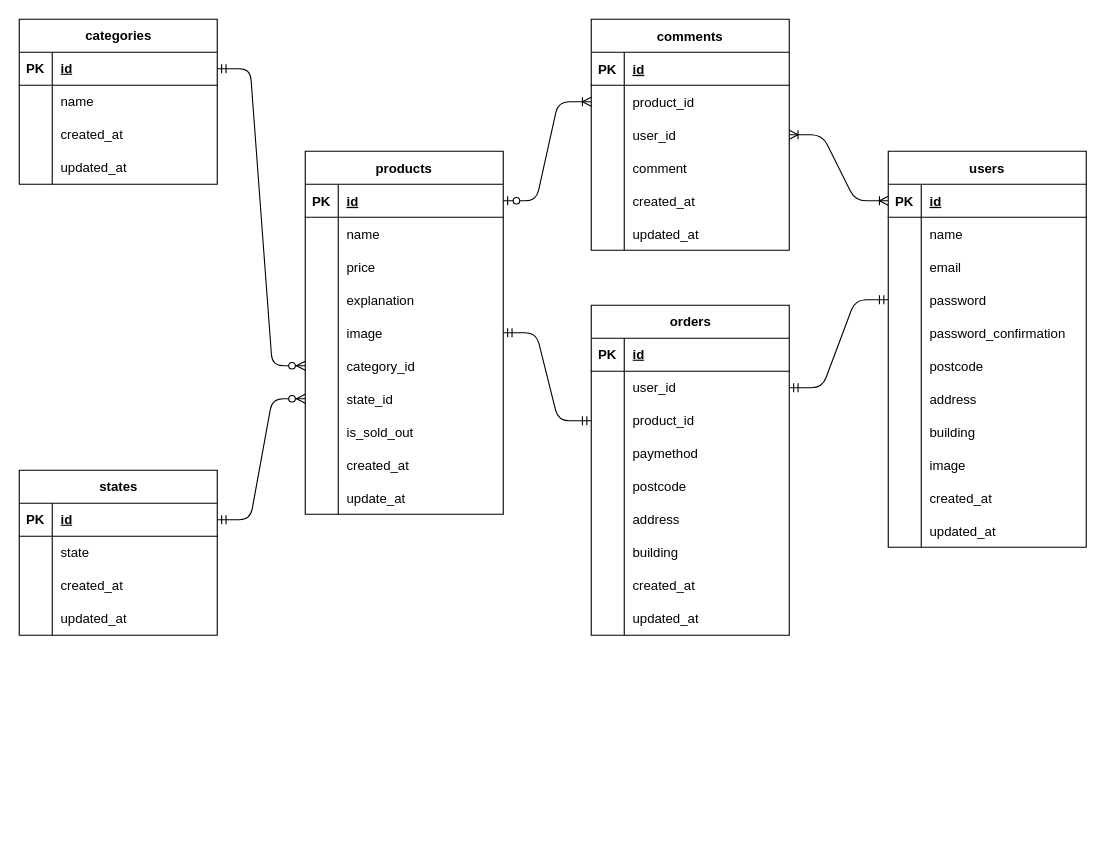
Earlier version of the draw.io diagram src/.dio (ykaho929/Test-Fleamarket). Source tidied: cells renumbered, new cells numbered last; positions are measured from the earlier drawing's top-left corner, leaving out a move shared by most shapes. Both pictures are drawn from the tidied source at 110%, with x=0, y=0 at pixel (19, 19).
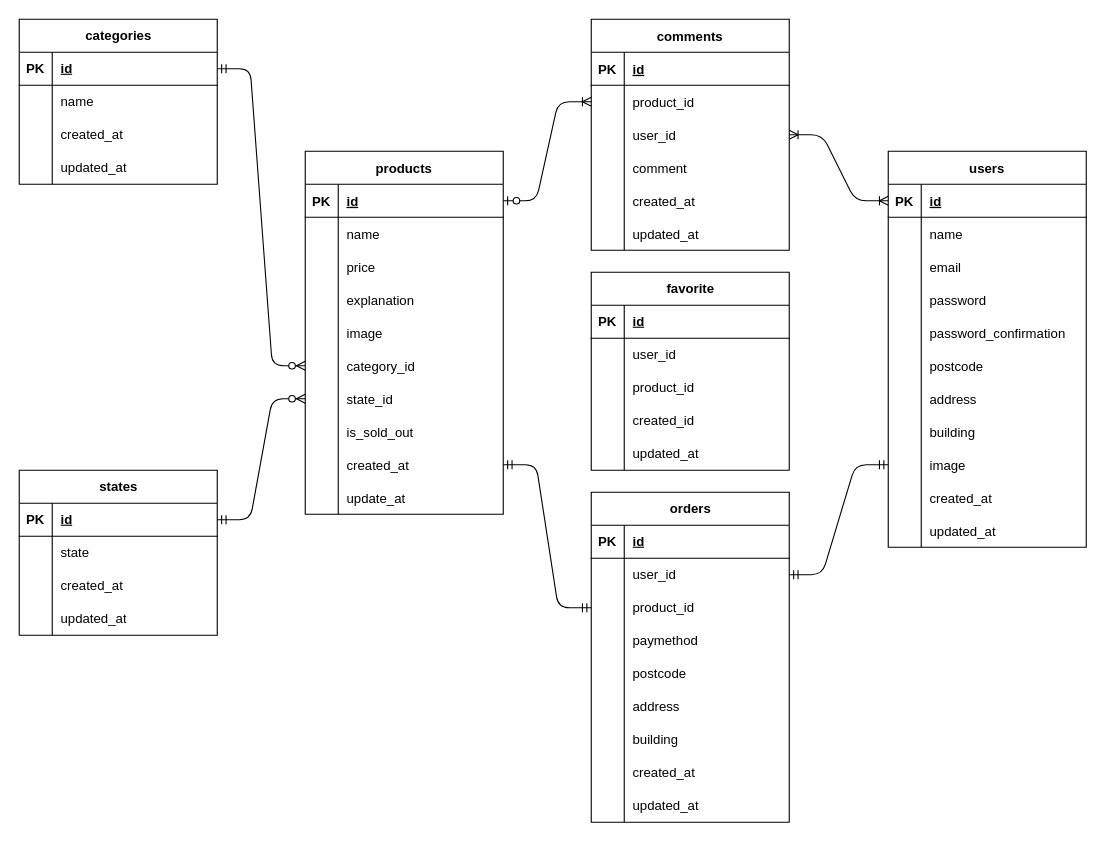
Above is the later version.

Unchanged cells that the change refers to:
```xml
<mxCell id="15" style="shape=tableRow;horizontal=0;startSize=0;swimlaneHead=0;swimlaneBody=0;fillColor=none;points=[[0,0.5],[1,0.5]];portConstraint=eastwest;top=0;left=0;right=0;bottom=0;" parent="2" vertex="1">
  <mxGeometry y="150" width="180" height="30" as="geometry" />
</mxCell>
<mxCell id="27" style="shape=tableRow;horizontal=0;startSize=0;swimlaneHead=0;swimlaneBody=0;fillColor=none;points=[[0,0.5],[1,0.5]];portConstraint=eastwest;top=0;left=0;right=0;bottom=0;" parent="2" vertex="1">
  <mxGeometry y="270" width="180" height="30" as="geometry" />
</mxCell>
<mxCell id="88" style="shape=tableRow;horizontal=0;startSize=0;swimlaneHead=0;swimlaneBody=0;fillColor=none;points=[[0,0.5],[1,0.5]];portConstraint=eastwest;top=0;left=0;right=0;bottom=0;" parent="78" vertex="1">
  <mxGeometry y="120" width="180" height="30" as="geometry" />
</mxCell>
<mxCell id="103" style="shape=tableRow;horizontal=0;startSize=0;swimlaneHead=0;swimlaneBody=0;fillColor=none;points=[[0,0.5],[1,0.5]];portConstraint=eastwest;top=0;left=0;right=0;bottom=0;" parent="78" vertex="1">
  <mxGeometry y="270" width="180" height="30" as="geometry" />
</mxCell>
<mxCell id="116" style="shape=tableRow;horizontal=0;startSize=0;swimlaneHead=0;swimlaneBody=0;fillColor=none;points=[[0,0.5],[1,0.5]];portConstraint=eastwest;top=0;left=0;right=0;bottom=0;" parent="112" vertex="1">
  <mxGeometry y="60" width="180" height="30" as="geometry" />
</mxCell>
<mxCell id="119" style="shape=tableRow;horizontal=0;startSize=0;swimlaneHead=0;swimlaneBody=0;fillColor=none;points=[[0,0.5],[1,0.5]];portConstraint=eastwest;top=0;left=0;right=0;bottom=0;" parent="112" vertex="1">
  <mxGeometry y="90" width="180" height="30" as="geometry" />
</mxCell>
```

Change to the diagram source:
```diff
@@
     <mxCell id="112" value="orders" style="shape=table;startSize=30;childLayout=tableLayout;rowLines=0;fontStyle=1;align=center;html=1;" parent="1" vertex="1">
-      <mxGeometry x="520" y="260" width="180" height="300" as="geometry" />
+      <mxGeometry x="520" y="430" width="180" height="300" as="geometry" />
     </mxCell>
@@
-    <mxCell id="144" style="edgeStyle=entityRelationEdgeStyle;fontSize=12;html=1;endArrow=ERmandOne;startArrow=ERmandOne;entryX=0;entryY=0.5;entryDx=0;entryDy=0;exitX=1;exitY=0.5;exitDx=0;exitDy=0;" parent="1" edge="1" source="15" target="119">
+    <mxCell id="144" style="edgeStyle=entityRelationEdgeStyle;fontSize=12;html=1;endArrow=ERmandOne;startArrow=ERmandOne;entryX=0;entryY=0.5;entryDx=0;entryDy=0;exitX=1;exitY=0.5;exitDx=0;exitDy=0;" parent="1" edge="1" source="27" target="119">
       <mxGeometry relative="1" as="geometry" />
     </mxCell>
-    <mxCell id="145" style="edgeStyle=entityRelationEdgeStyle;fontSize=12;html=1;endArrow=ERmandOne;startArrow=ERmandOne;exitX=1;exitY=0.5;exitDx=0;exitDy=0;entryX=0;entryY=0.5;entryDx=0;entryDy=0;" parent="1" edge="1" source="116" target="88">
+    <mxCell id="145" style="edgeStyle=entityRelationEdgeStyle;fontSize=12;html=1;endArrow=ERmandOne;startArrow=ERmandOne;exitX=1;exitY=0.5;exitDx=0;exitDy=0;entryX=0;entryY=0.5;entryDx=0;entryDy=0;" parent="1" edge="1" source="116" target="103">
       <mxGeometry relative="1" as="geometry">
         <Array as="points">
           <mxPoint x="740" y="370" />
         </Array>
       </mxGeometry>
     </mxCell>
+    <mxCell id="146" value="favorite" style="shape=table;startSize=30;childLayout=tableLayout;rowLines=0;fontStyle=1;align=center;html=1;" parent="1" vertex="1">
+      <mxGeometry x="520" y="230" width="180" height="180" as="geometry" />
+    </mxCell>
+    <mxCell id="147" style="shape=tableRow;horizontal=0;startSize=0;swimlaneHead=0;swimlaneBody=0;fillColor=none;top=0;left=0;right=0;bottom=1;" parent="146" vertex="1">
+      <mxGeometry y="30" width="180" height="30" as="geometry" />
+    </mxCell>
+    <mxCell id="148" value="PK" style="shape=partialRectangle;fillColor=none;top=0;left=0;bottom=0;right=0;fontStyle=1;overflow=hidden;whiteSpace=wrap;html=1;" parent="147" vertex="1">
+      <mxGeometry width="30" height="30" as="geometry" />
+    </mxCell>
+    <mxCell id="149" value="id" style="shape=partialRectangle;fillColor=none;top=0;left=0;bottom=0;right=0;align=left;spacingLeft=6;fontStyle=5;overflow=hidden;whiteSpace=wrap;html=1;" parent="147" vertex="1">
+      <mxGeometry x="30" width="150" height="30" as="geometry" />
+    </mxCell>
+    <mxCell id="150" style="shape=tableRow;horizontal=0;startSize=0;swimlaneHead=0;swimlaneBody=0;fillColor=none;top=0;left=0;right=0;bottom=0;" parent="146" vertex="1">
+      <mxGeometry y="60" width="180" height="30" as="geometry" />
+    </mxCell>
+    <mxCell id="151" style="shape=partialRectangle;fillColor=none;top=0;left=0;bottom=0;right=0;overflow=hidden;whiteSpace=wrap;html=1;" parent="150" vertex="1">
+      <mxGeometry width="30" height="30" as="geometry" />
+    </mxCell>
+    <mxCell id="152" value="user_id" style="shape=partialRectangle;fillColor=none;top=0;left=0;bottom=0;right=0;align=left;spacingLeft=6;overflow=hidden;whiteSpace=wrap;html=1;" parent="150" vertex="1">
+      <mxGeometry x="30" width="150" height="30" as="geometry" />
+    </mxCell>
+    <mxCell id="153" style="shape=tableRow;horizontal=0;startSize=0;swimlaneHead=0;swimlaneBody=0;fillColor=none;top=0;left=0;right=0;bottom=0;" parent="146" vertex="1">
+      <mxGeometry y="90" width="180" height="30" as="geometry" />
+    </mxCell>
+    <mxCell id="154" style="shape=partialRectangle;fillColor=none;top=0;left=0;bottom=0;right=0;overflow=hidden;whiteSpace=wrap;html=1;" parent="153" vertex="1">
+      <mxGeometry width="30" height="30" as="geometry" />
+    </mxCell>
+    <mxCell id="155" value="product_id" style="shape=partialRectangle;fillColor=none;top=0;left=0;bottom=0;right=0;align=left;spacingLeft=6;overflow=hidden;whiteSpace=wrap;html=1;" parent="153" vertex="1">
+      <mxGeometry x="30" width="150" height="30" as="geometry" />
+    </mxCell>
+    <mxCell id="156" style="shape=tableRow;horizontal=0;startSize=0;swimlaneHead=0;swimlaneBody=0;fillColor=none;top=0;left=0;right=0;bottom=0;" parent="146" vertex="1">
+      <mxGeometry y="120" width="180" height="30" as="geometry" />
+    </mxCell>
+    <mxCell id="157" style="shape=partialRectangle;fillColor=none;top=0;left=0;bottom=0;right=0;overflow=hidden;whiteSpace=wrap;html=1;" parent="156" vertex="1">
+      <mxGeometry width="30" height="30" as="geometry" />
+    </mxCell>
+    <mxCell id="158" value="created_id" style="shape=partialRectangle;fillColor=none;top=0;left=0;bottom=0;right=0;align=left;spacingLeft=6;overflow=hidden;whiteSpace=wrap;html=1;" parent="156" vertex="1">
+      <mxGeometry x="30" width="150" height="30" as="geometry" />
+    </mxCell>
+    <mxCell id="159" style="shape=tableRow;horizontal=0;startSize=0;swimlaneHead=0;swimlaneBody=0;fillColor=none;top=0;left=0;right=0;bottom=0;" parent="146" vertex="1">
+      <mxGeometry y="150" width="180" height="30" as="geometry" />
+    </mxCell>
+    <mxCell id="160" style="shape=partialRectangle;fillColor=none;top=0;left=0;bottom=0;right=0;overflow=hidden;whiteSpace=wrap;html=1;" parent="159" vertex="1">
+      <mxGeometry width="30" height="30" as="geometry" />
+    </mxCell>
+    <mxCell id="161" value="updated_at" style="shape=partialRectangle;fillColor=none;top=0;left=0;bottom=0;right=0;align=left;spacingLeft=6;overflow=hidden;whiteSpace=wrap;html=1;" parent="159" vertex="1">
+      <mxGeometry x="30" width="150" height="30" as="geometry" />
+    </mxCell>
```
